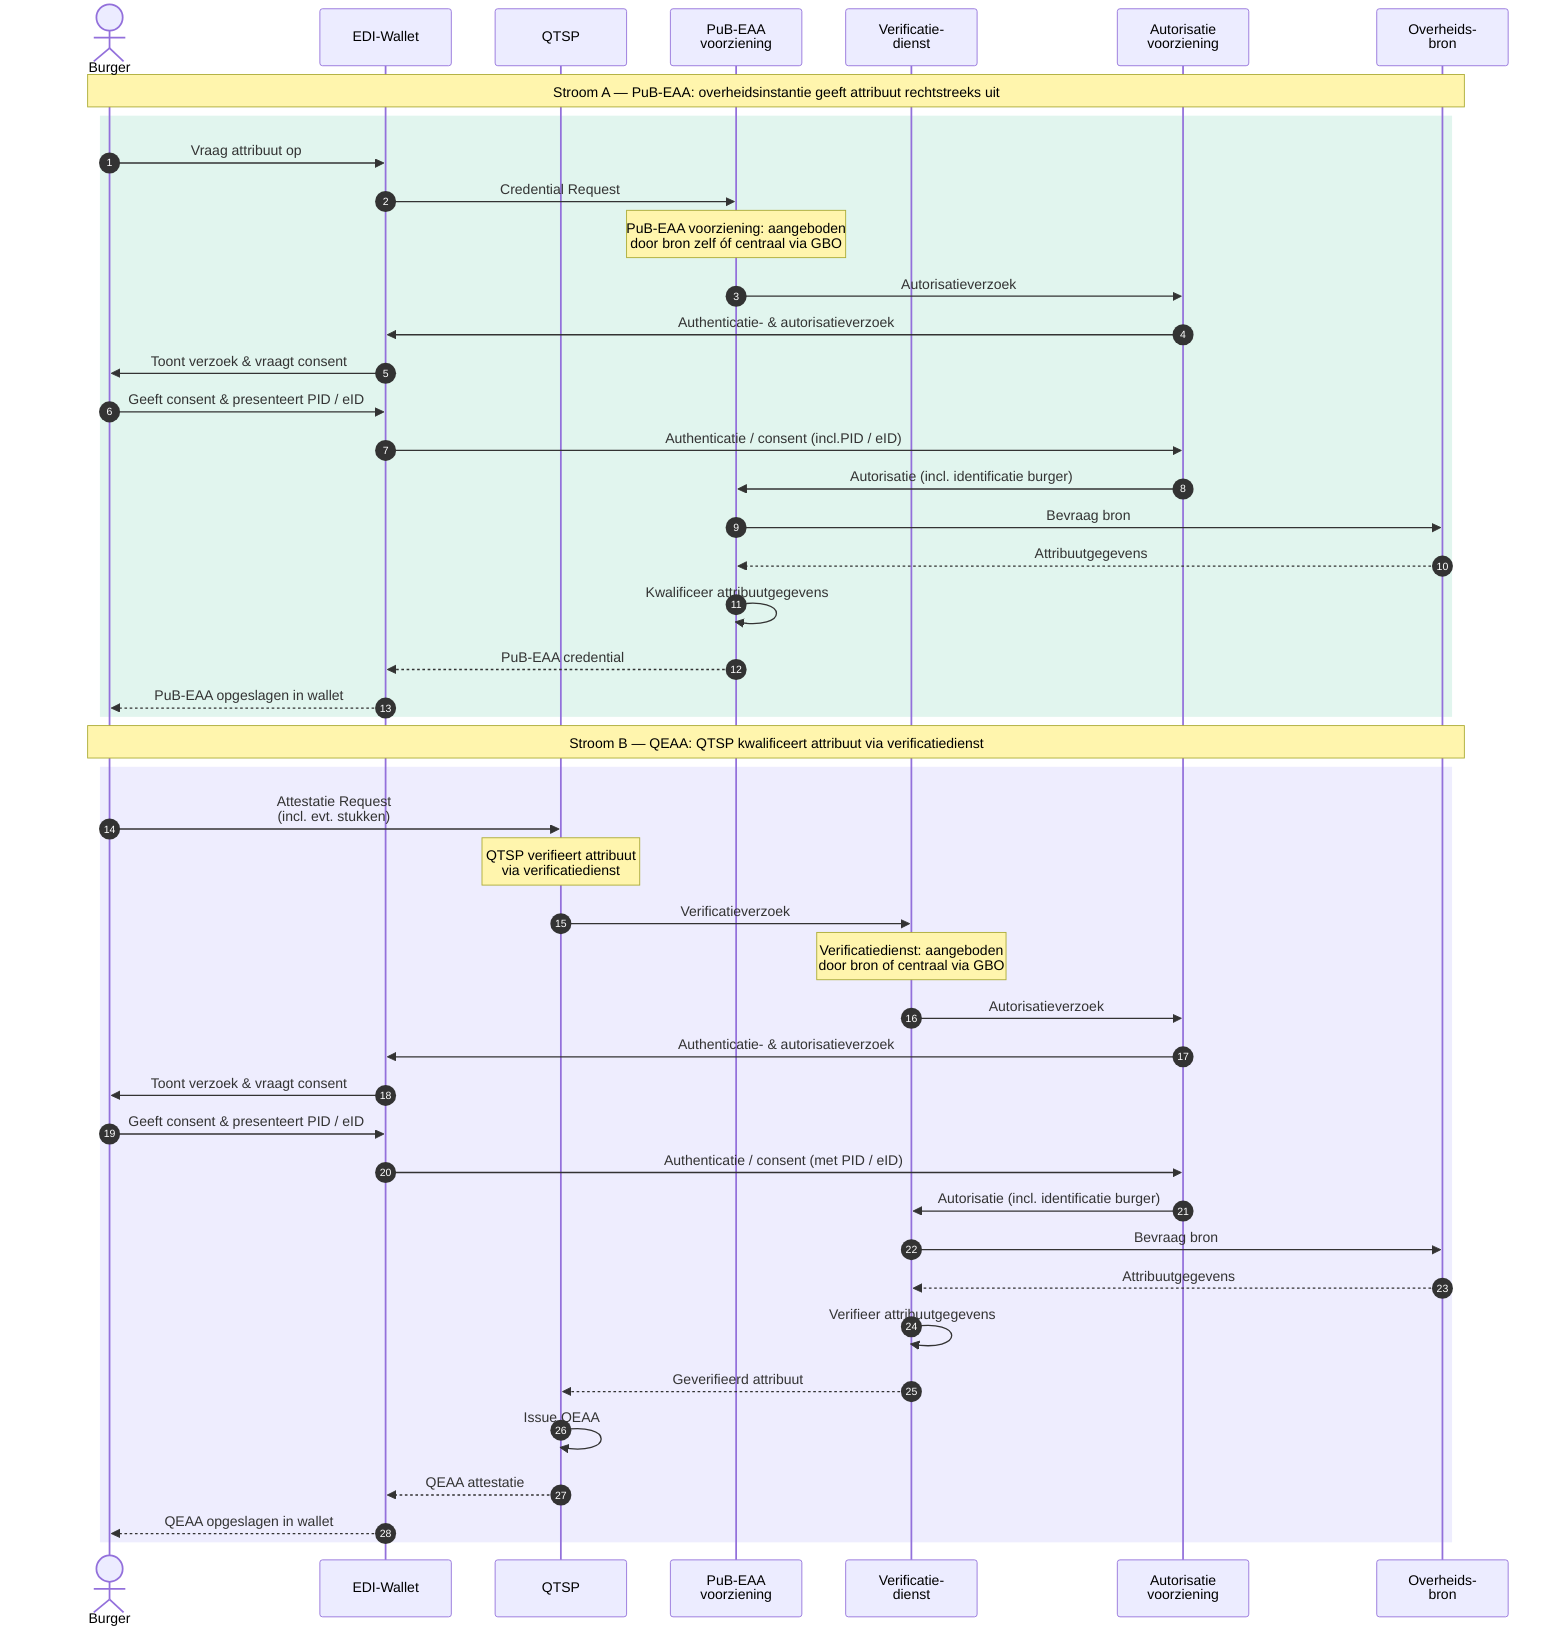
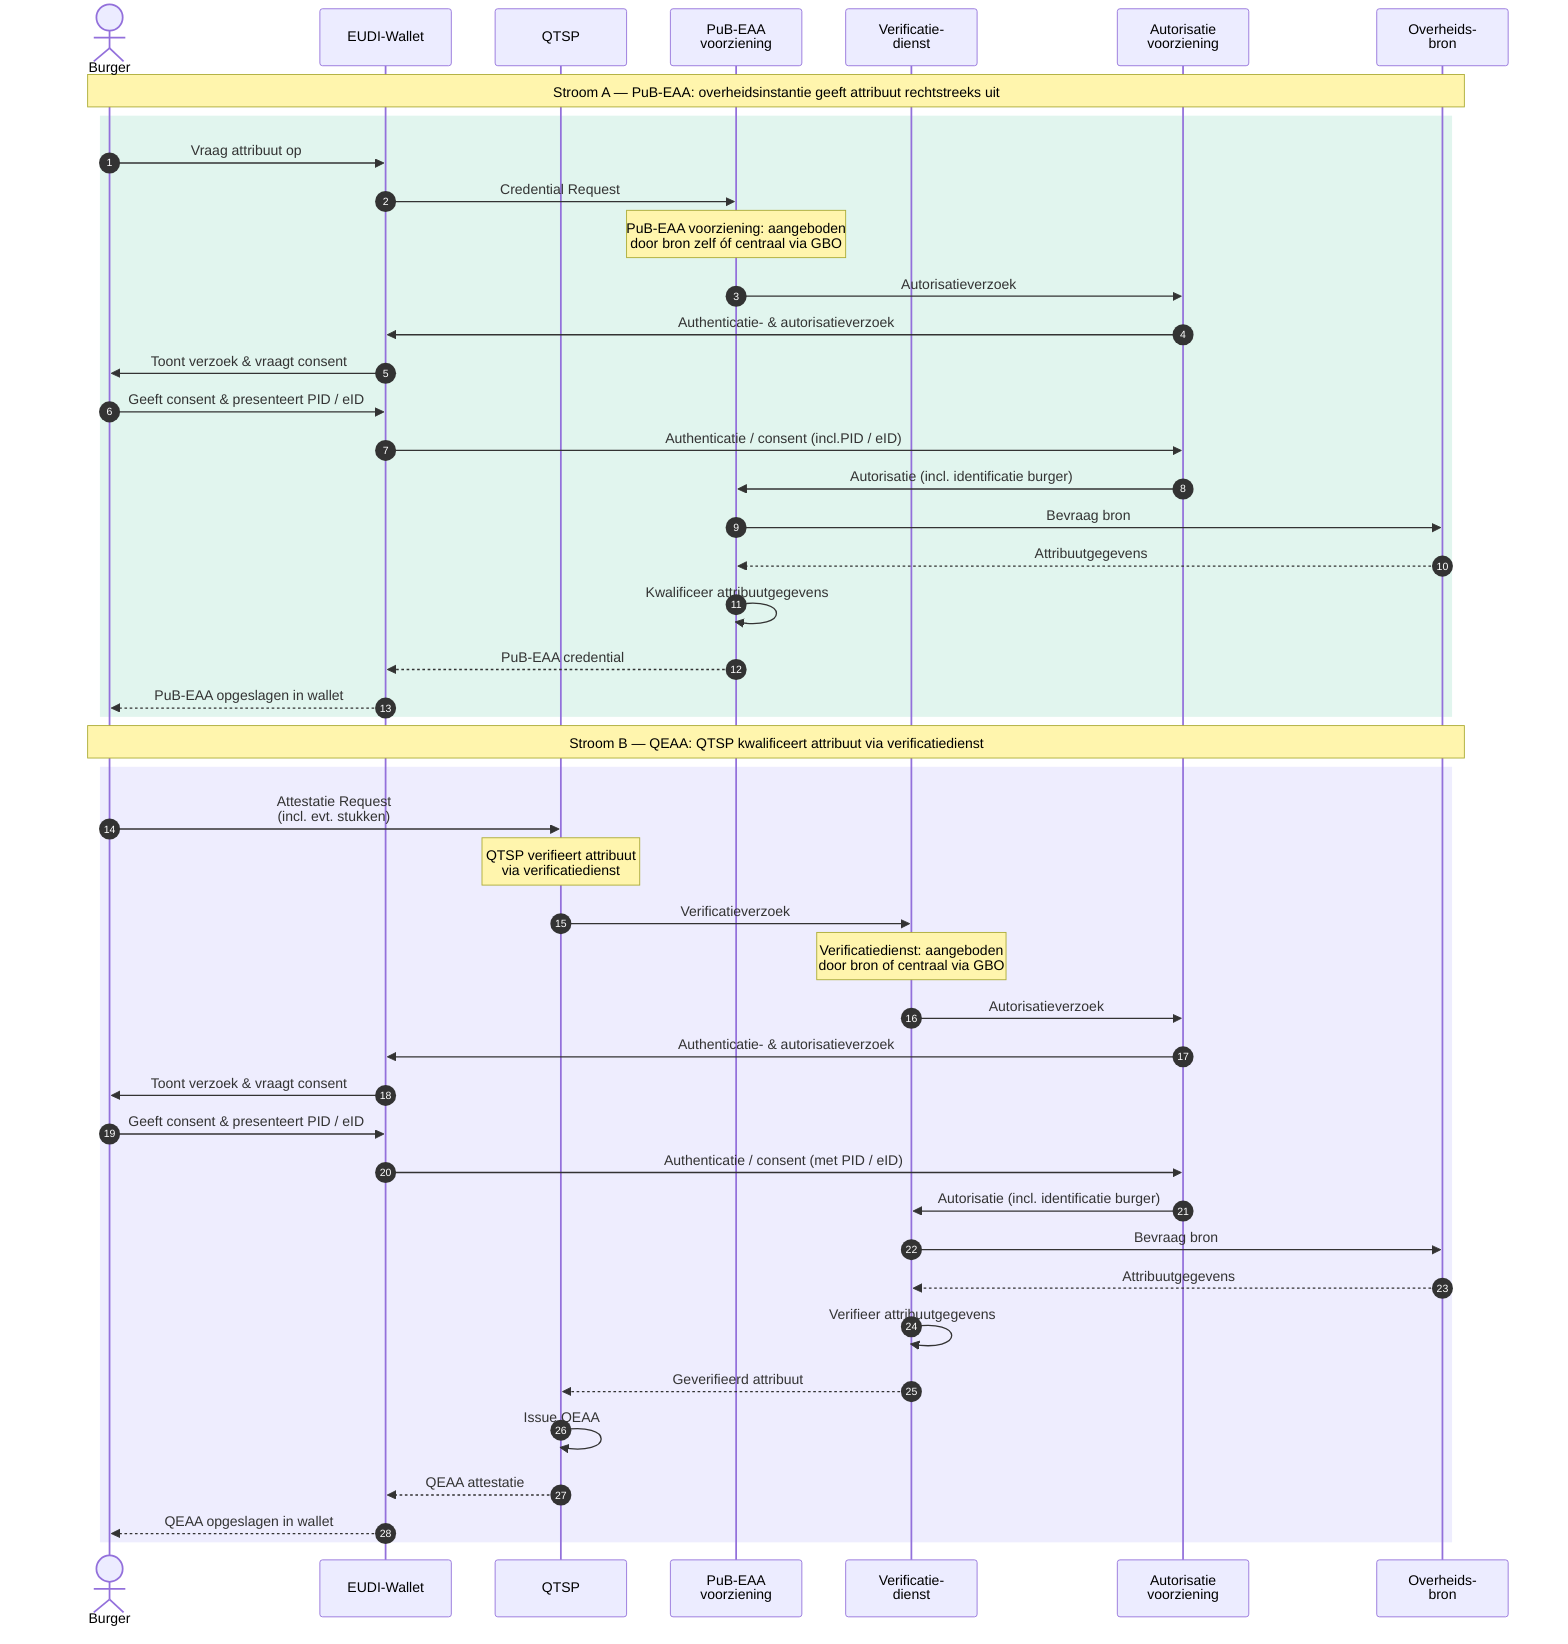
sequenceDiagram
    autonumber
    actor Burger
-     participant Wallet as EDI-Wallet
+     participant Wallet as EUDI-Wallet
    participant QTSP as QTSP
    participant PubEAA as PuB-EAA<br/>voorziening
    participant VerifDienst as Verificatie-<br/>dienst
    participant Auth as Autorisatie<br/>voorziening
    participant Bron as Overheids-<br/>bron

    Note over Burger,Bron: Stroom A — PuB-EAA: overheidsinstantie geeft attribuut rechtstreeks uit

    rect rgb(225, 245, 238)
        Burger->>Wallet: Vraag attribuut op
        Wallet->>PubEAA: Credential Request
        Note over PubEAA: PuB-EAA voorziening: aangeboden<br/>door bron zelf óf centraal via GBO
        PubEAA->>Auth: Autorisatieverzoek
        Auth->>Wallet: Authenticatie- & autorisatieverzoek
        Wallet->>Burger: Toont verzoek & vraagt consent
        Burger->>Wallet: Geeft consent & presenteert PID / eID
        Wallet->>Auth: Authenticatie / consent (incl.PID / eID)
        Auth->>PubEAA: Autorisatie (incl. identificatie burger)
        PubEAA->>Bron: Bevraag bron
        Bron-->>PubEAA: Attribuutgegevens
        PubEAA->>PubEAA: Kwalificeer attribuutgegevens
        PubEAA-->>Wallet: PuB-EAA credential
        Wallet-->>Burger: PuB-EAA opgeslagen in wallet
    end

    Note over Burger,Bron: Stroom B — QEAA: QTSP kwalificeert attribuut via verificatiedienst

    rect rgb(238, 237, 254)
        Burger->>QTSP: Attestatie Request<br />(incl. evt. stukken)
        Note over QTSP: QTSP verifieert attribuut<br/>via verificatiedienst
        QTSP->>VerifDienst: Verificatieverzoek
        Note over VerifDienst: Verificatiedienst: aangeboden<br/>door bron of centraal via GBO
        VerifDienst->>Auth: Autorisatieverzoek
        Auth->>Wallet: Authenticatie- & autorisatieverzoek
        Wallet->>Burger: Toont verzoek & vraagt consent
        Burger->>Wallet: Geeft consent & presenteert PID / eID
        Wallet->>Auth: Authenticatie / consent (met PID / eID)
        Auth->>VerifDienst: Autorisatie (incl. identificatie burger)
        VerifDienst->>Bron: Bevraag bron
        Bron-->>VerifDienst: Attribuutgegevens
        VerifDienst->>VerifDienst: Verifieer attribuutgegevens
        VerifDienst-->>QTSP: Geverifieerd attribuut
        QTSP->>QTSP: Issue QEAA
        QTSP-->>Wallet: QEAA attestatie
        Wallet-->>Burger: QEAA opgeslagen in wallet
    end
